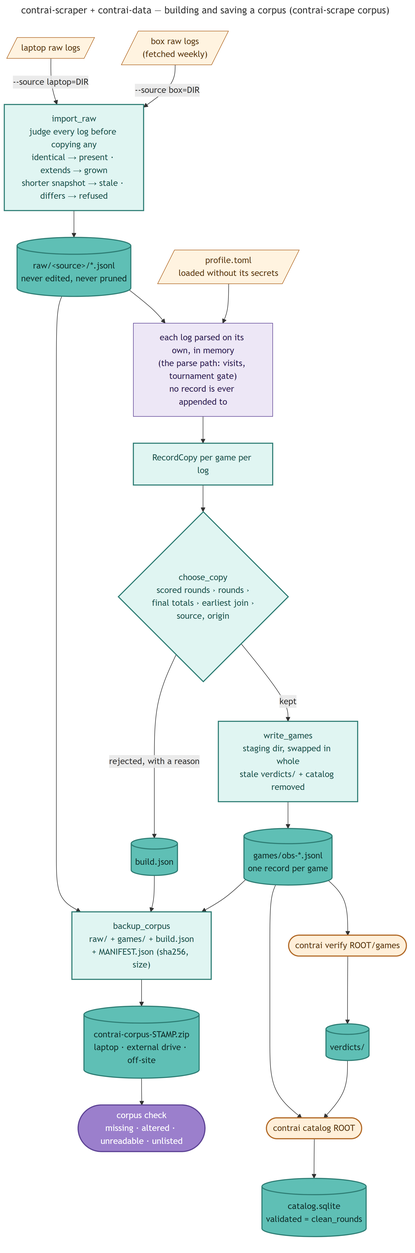
Before: docs/diagrams/flow_corpus.png, a diagram exported from Mermaid (valmathieu/ContrAI). Its source is kept beside it as docs/diagrams/flow_corpus.mmd.
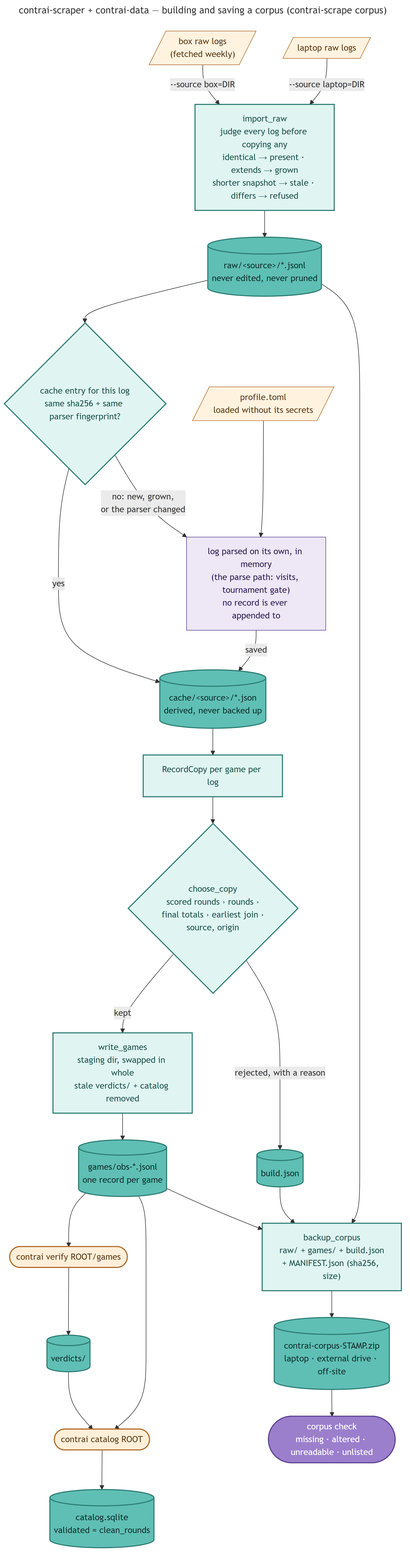
After the change.

Commit message:
feat(scraper): reuse each unchanged raw log's parse across corpus builds

What changed in the source:
```diff
@@ -10,9 +10,12 @@
     Import["import_raw<br/>judge every log before copying any<br/>identical → present · extends → grown<br/>shorter snapshot → stale · differs → refused"]
     Import --> Raw[("raw/&lt;source&gt;/*.jsonl<br/>never edited, never pruned")]
 
-    Raw --> Parse["each log parsed on its own, in memory<br/>(the parse path: visits, tournament gate)<br/>no record is ever appended to"]
+    Raw --> Cached{"cache entry for this log<br/>same sha256 + same parser fingerprint?"}
+    Cached -- "yes" --> Cache[("cache/&lt;source&gt;/*.json<br/>derived, never backed up")]
+    Cached -- "no: new, grown,<br/>or the parser changed" --> Parse["log parsed on its own, in memory<br/>(the parse path: visits, tournament gate)<br/>no record is ever appended to"]
     Profile[/"profile.toml<br/>loaded without its secrets"/] --> Parse
-    Parse --> Copies["RecordCopy per game per log"]
+    Parse -- "saved" --> Cache
+    Cache --> Copies["RecordCopy per game per log"]
     Copies --> Choose{"choose_copy<br/>scored rounds › rounds ›<br/>final totals › earliest join ›<br/>source, origin"}
     Choose -- "kept" --> Write["write_games<br/>staging dir, swapped in whole<br/>stale verdicts/ + catalog removed"]
     Choose -- "rejected, with a reason" --> Report[("build.json")]
@@ -39,7 +42,7 @@
 
     class Box,Laptop,Profile config;
     class Parse scraper;
-    class Import,Copies,Choose,Write,Backup data;
-    class Raw,Games,Report,Verdicts,Sqlite,Zip store;
+    class Import,Copies,Choose,Write,Backup,Cached data;
+    class Raw,Games,Report,Verdicts,Sqlite,Zip,Cache store;
     class Check entry;
     class Verify,Catalog engine;
```
